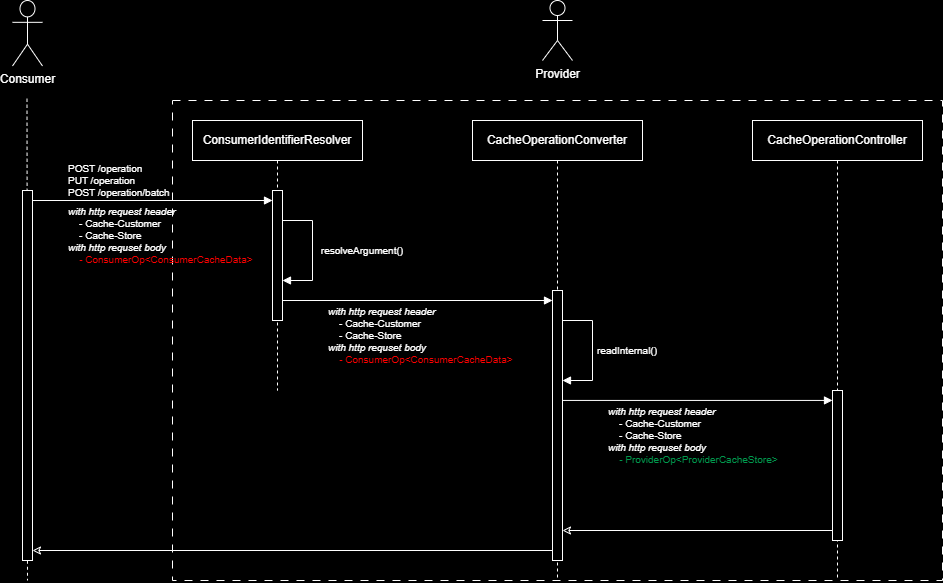
Before: assets/saving.png, a diagram exported from draw.io (RicciLiao/ricci-cache-provider). Source tidied: cells renumbered, new cells last; positions are measured from the earlier drawing's top-left corner, leaving out a move shared by most shapes.
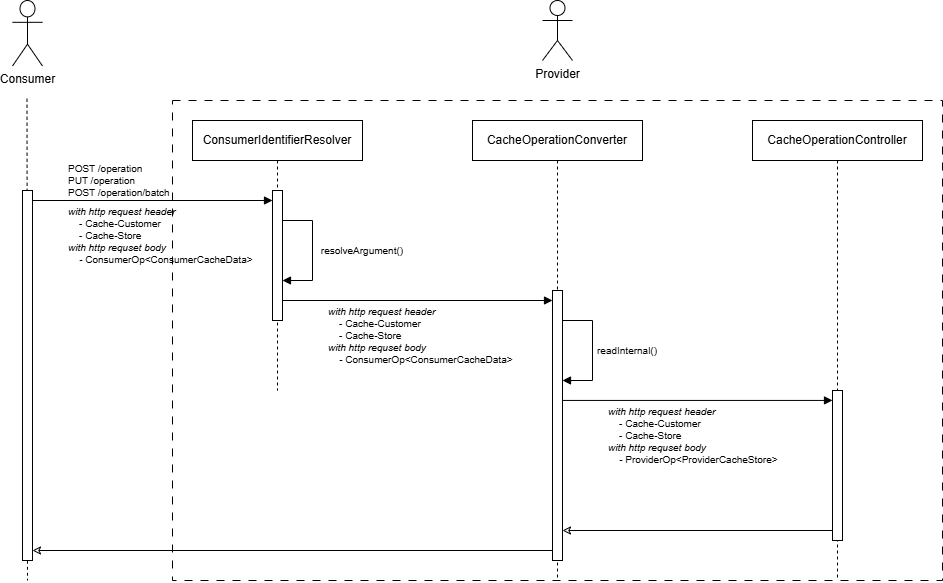
The same diagram one commit later.

The edit, as a diff of the source:
```diff
@@ -1,37 +1,37 @@
-<mxGraphModel background="light-dark(#000000, #121212)">
+<mxGraphModel>
   <root>
     <mxCell id="0" />
     <mxCell id="1" parent="0" />
-    <mxCell id="2" style="whiteSpace=wrap;html=1;dashed=1;dashPattern=8 8;strokeColor=#FFFFFF;fontColor=light-dark(#ffffff, #ededed);fillColor=none;" parent="1" vertex="1">
+    <mxCell id="2" style="whiteSpace=wrap;html=1;dashed=1;dashPattern=8 8;fillColor=none;" parent="1" vertex="1">
       <mxGeometry x="160" y="100" width="770" height="480" as="geometry" />
     </mxCell>
-    <mxCell id="3" style="edgeStyle=none;orthogonalLoop=1;jettySize=auto;html=1;rounded=0;dashed=1;endArrow=none;startFill=0;curved=0;jumpSize=1;endSize=0;startSize=0;targetPerimeterSpacing=0;strokeWidth=1;strokeColor=#FFFFFF;fontColor=light-dark(#ffffff, #ededed);" parent="1" edge="1">
+    <mxCell id="3" style="edgeStyle=none;orthogonalLoop=1;jettySize=auto;html=1;rounded=0;dashed=1;endArrow=none;startFill=0;curved=0;jumpSize=1;endSize=0;startSize=0;targetPerimeterSpacing=0;strokeWidth=1;fontColor=light-dark(#000000,#EDEDED);" parent="1" edge="1">
       <mxGeometry relative="1" as="geometry">
         <mxPoint x="14.5" y="98.2" as="sourcePoint" />
         <mxPoint x="15" y="580" as="targetPoint" />
       </mxGeometry>
     </mxCell>
-    <mxCell id="4" value="Provider" style="shape=umlActor;verticalLabelPosition=bottom;verticalAlign=top;html=1;strokeColor=#FFFFFF;fontColor=light-dark(#ffffff, #ededed);fillColor=none;" parent="1" vertex="1">
+    <mxCell id="4" value="Provider" style="shape=umlActor;verticalLabelPosition=bottom;verticalAlign=top;html=1;fillColor=none;" parent="1" vertex="1">
       <mxGeometry x="530" width="30" height="60" as="geometry" />
     </mxCell>
-    <mxCell id="5" value="ConsumerIdentifierResolver" style="shape=umlLifeline;perimeter=lifelinePerimeter;whiteSpace=wrap;html=1;newEdgeStyle={&quot;curved&quot;:0,&quot;rounded&quot;:0};strokeColor=#FFFFFF;fontColor=light-dark(#ffffff, #ededed);fillColor=none;" parent="1" vertex="1">
+    <mxCell id="5" value="ConsumerIdentifierResolver" style="shape=umlLifeline;perimeter=lifelinePerimeter;whiteSpace=wrap;html=1;newEdgeStyle={&quot;curved&quot;:0,&quot;rounded&quot;:0};fillColor=none;" parent="1" vertex="1">
       <mxGeometry x="180" y="120" width="170" height="270" as="geometry" />
     </mxCell>
-    <mxCell id="6" style="html=1;points=[[0,0,0,0,5],[0,1,0,0,-5],[1,0,0,0,5],[1,1,0,0,-5]];perimeter=orthogonalPerimeter;outlineConnect=0;targetShapes=umlLifeline;portConstraint=eastwest;newEdgeStyle={&quot;curved&quot;:0,&quot;rounded&quot;:0};strokeColor=#FFFFFF;fontColor=light-dark(#ffffff, #ededed);fillColor=#000000;" parent="5" vertex="1">
+    <mxCell id="6" style="html=1;points=[[0,0,0,0,5],[0,1,0,0,-5],[1,0,0,0,5],[1,1,0,0,-5]];perimeter=orthogonalPerimeter;outlineConnect=0;targetShapes=umlLifeline;portConstraint=eastwest;newEdgeStyle={&quot;curved&quot;:0,&quot;rounded&quot;:0};" parent="5" vertex="1">
       <mxGeometry x="80" y="70" width="10" height="130" as="geometry" />
     </mxCell>
-    <mxCell id="7" style="html=1;perimeter=orthogonalPerimeter;targetShapes=umlLifeline;newEdgeStyle={&quot;curved&quot;:0,&quot;rounded&quot;:0};strokeColor=#FFFFFF;fontColor=light-dark(#ffffff, #ededed);fillColor=#000000;" parent="1" vertex="1">
+    <mxCell id="7" style="html=1;perimeter=orthogonalPerimeter;targetShapes=umlLifeline;newEdgeStyle={&quot;curved&quot;:0,&quot;rounded&quot;:0};" parent="1" vertex="1">
       <mxGeometry x="10" y="190" width="10" height="370" as="geometry" />
     </mxCell>
-    <mxCell id="8" value="&lt;div style=&quot;&quot;&gt;&lt;br&gt;&lt;/div&gt;" style="html=1;verticalAlign=bottom;endArrow=block;curved=0;rounded=0;fontSize=10;labelBackgroundColor=none;strokeColor=#FFFFFF;fontColor=light-dark(#ffffff, #ededed);align=center;" parent="1" edge="1" target="6">
+    <mxCell id="8" value="&lt;div style=&quot;&quot;&gt;&lt;br&gt;&lt;/div&gt;" style="html=1;verticalAlign=bottom;endArrow=block;curved=0;rounded=0;fontSize=10;labelBackgroundColor=none;fontColor=light-dark(#000000,#EDEDED);align=center;" parent="1" edge="1" target="6">
       <mxGeometry relative="1" as="geometry">
         <mxPoint x="20" y="200" as="sourcePoint" />
       </mxGeometry>
     </mxCell>
-    <mxCell id="9" value="&lt;font style=&quot;&quot;&gt;&lt;i&gt;with http request header&lt;/i&gt;&lt;/font&gt;&lt;div&gt;&amp;nbsp; &amp;nbsp; -&amp;nbsp;Cache-Customer&lt;/div&gt;&lt;div&gt;&amp;nbsp; &amp;nbsp; -&amp;nbsp;Cache-Store&lt;/div&gt;&lt;div&gt;&lt;i&gt;with http requset body&lt;/i&gt;&lt;/div&gt;&lt;div&gt;&amp;nbsp; &amp;nbsp; &lt;font style=&quot;color: rgb(255, 0, 0);&quot;&gt;-&amp;nbsp;ConsumerOp&amp;lt;ConsumerCacheData&amp;gt;&lt;/font&gt;&lt;/div&gt;" style="text;align=left;verticalAlign=middle;spacingLeft=4;spacingRight=4;overflow=hidden;whiteSpace=wrap;html=1;fontSize=10;strokeColor=none;fontColor=light-dark(#ffffff, #ededed);" parent="1" vertex="1">
+    <mxCell id="9" value="&lt;font style=&quot;&quot;&gt;&lt;i&gt;with http request header&lt;/i&gt;&lt;/font&gt;&lt;div&gt;&amp;nbsp; &amp;nbsp; -&amp;nbsp;Cache-Customer&lt;/div&gt;&lt;div&gt;&amp;nbsp; &amp;nbsp; -&amp;nbsp;Cache-Store&lt;/div&gt;&lt;div&gt;&lt;i&gt;with http requset body&lt;/i&gt;&lt;/div&gt;&lt;div&gt;&amp;nbsp; &amp;nbsp; &lt;font style=&quot;&quot;&gt;-&amp;nbsp;ConsumerOp&amp;lt;ConsumerCacheData&amp;gt;&lt;/font&gt;&lt;/div&gt;" style="text;align=left;verticalAlign=middle;spacingLeft=4;spacingRight=4;overflow=hidden;whiteSpace=wrap;html=1;fontSize=10;" parent="1" vertex="1">
       <mxGeometry x="50" y="200" width="200" height="70" as="geometry" />
     </mxCell>
-    <mxCell id="10" style="html=1;align=left;spacingLeft=2;endArrow=block;rounded=0;edgeStyle=orthogonalEdgeStyle;curved=0;rounded=0;strokeColor=#FFFFFF;fontColor=light-dark(#ffffff, #ededed);" parent="1" edge="1" target="6">
+    <mxCell id="10" style="html=1;align=left;spacingLeft=2;endArrow=block;rounded=0;edgeStyle=orthogonalEdgeStyle;curved=0;rounded=0;fontColor=light-dark(#000000,#EDEDED);" parent="1" edge="1" target="6">
       <mxGeometry relative="1" as="geometry">
         <mxPoint x="270" y="220" as="sourcePoint" />
         <Array as="points">
@@ -40,22 +40,22 @@
         </Array>
       </mxGeometry>
     </mxCell>
-    <mxCell id="11" value="CacheOperationConverter" style="shape=umlLifeline;perimeter=lifelinePerimeter;whiteSpace=wrap;html=1;newEdgeStyle={&quot;curved&quot;:0,&quot;rounded&quot;:0};strokeColor=#FFFFFF;fontColor=light-dark(#ffffff, #ededed);fillColor=none;" parent="1" vertex="1">
+    <mxCell id="11" value="CacheOperationConverter" style="shape=umlLifeline;perimeter=lifelinePerimeter;whiteSpace=wrap;html=1;newEdgeStyle={&quot;curved&quot;:0,&quot;rounded&quot;:0};fillColor=none;" parent="1" vertex="1">
       <mxGeometry x="460" y="120" width="170" height="460" as="geometry" />
     </mxCell>
-    <mxCell id="12" style="html=1;perimeter=orthogonalPerimeter;targetShapes=umlLifeline;newEdgeStyle={&quot;curved&quot;:0,&quot;rounded&quot;:0};strokeColor=#FFFFFF;fontColor=light-dark(#ffffff, #ededed);fillColor=#000000;" parent="11" vertex="1">
+    <mxCell id="12" style="html=1;perimeter=orthogonalPerimeter;targetShapes=umlLifeline;newEdgeStyle={&quot;curved&quot;:0,&quot;rounded&quot;:0};fillColor=light-dark(#ffffff, #ededed);" parent="11" vertex="1">
       <mxGeometry x="80" y="170" width="10" height="270" as="geometry" />
     </mxCell>
-    <mxCell id="13" style="html=1;verticalAlign=bottom;endArrow=block;curved=0;rounded=0;strokeColor=#FFFFFF;fontColor=light-dark(#ffffff, #ededed);" parent="1" edge="1">
+    <mxCell id="13" style="html=1;verticalAlign=bottom;endArrow=block;curved=0;rounded=0;fontColor=light-dark(#000000,#EDEDED);" parent="1" edge="1">
       <mxGeometry relative="1" as="geometry">
         <mxPoint x="270" y="300" as="sourcePoint" />
         <mxPoint x="540" y="300" as="targetPoint" />
       </mxGeometry>
     </mxCell>
-    <mxCell id="14" value="resolveArgument()" style="text;align=center;verticalAlign=middle;spacingLeft=4;spacingRight=4;overflow=hidden;whiteSpace=wrap;html=1;fontSize=10;strokeColor=none;fontColor=light-dark(#ffffff, #ededed);" parent="1" vertex="1">
+    <mxCell id="14" value="resolveArgument()" style="text;align=center;verticalAlign=middle;spacingLeft=4;spacingRight=4;overflow=hidden;whiteSpace=wrap;html=1;fontSize=10;" parent="1" vertex="1">
       <mxGeometry x="300" y="220" width="100" height="60" as="geometry" />
     </mxCell>
-    <mxCell id="15" style="html=1;align=left;spacingLeft=2;endArrow=block;rounded=0;edgeStyle=orthogonalEdgeStyle;curved=0;rounded=0;strokeColor=#FFFFFF;fontColor=light-dark(#ffffff, #ededed);" parent="1" edge="1">
+    <mxCell id="15" style="html=1;align=left;spacingLeft=2;endArrow=block;rounded=0;edgeStyle=orthogonalEdgeStyle;curved=0;rounded=0;fontColor=light-dark(#000000,#EDEDED);" parent="1" edge="1">
       <mxGeometry relative="1" as="geometry">
         <mxPoint x="550" y="320" as="sourcePoint" />
         <mxPoint x="550" y="380" as="targetPoint" />
@@ -65,43 +65,43 @@
         </Array>
       </mxGeometry>
     </mxCell>
-    <mxCell id="16" value="readInternal()" style="text;align=center;verticalAlign=middle;spacingLeft=4;spacingRight=4;overflow=hidden;whiteSpace=wrap;html=1;fontSize=10;strokeColor=none;fontColor=light-dark(#ffffff, #ededed);" parent="1" vertex="1">
+    <mxCell id="16" value="readInternal()" style="text;align=center;verticalAlign=middle;spacingLeft=4;spacingRight=4;overflow=hidden;whiteSpace=wrap;html=1;fontSize=10;" parent="1" vertex="1">
       <mxGeometry x="580" y="320" width="70" height="60" as="geometry" />
     </mxCell>
-    <mxCell id="17" value="&lt;font style=&quot;&quot;&gt;&lt;i&gt;with http request header&lt;/i&gt;&lt;/font&gt;&lt;div&gt;&amp;nbsp; &amp;nbsp; -&amp;nbsp;Cache-Customer&lt;/div&gt;&lt;div&gt;&amp;nbsp; &amp;nbsp; -&amp;nbsp;Cache-Store&lt;/div&gt;&lt;div&gt;&lt;i&gt;with http requset body&lt;/i&gt;&lt;/div&gt;&lt;div&gt;&amp;nbsp; &amp;nbsp; &lt;font style=&quot;color: rgb(255, 0, 0);&quot;&gt;-&amp;nbsp;ConsumerOp&amp;lt;ConsumerCacheData&amp;gt;&lt;/font&gt;&lt;/div&gt;" style="text;align=left;verticalAlign=middle;spacingLeft=4;spacingRight=4;overflow=hidden;whiteSpace=wrap;html=1;fontSize=10;strokeColor=none;fontColor=light-dark(#ffffff, #ededed);" parent="1" vertex="1">
+    <mxCell id="17" value="&lt;font style=&quot;&quot;&gt;&lt;i&gt;with http request header&lt;/i&gt;&lt;/font&gt;&lt;div&gt;&amp;nbsp; &amp;nbsp; -&amp;nbsp;Cache-Customer&lt;/div&gt;&lt;div&gt;&amp;nbsp; &amp;nbsp; -&amp;nbsp;Cache-Store&lt;/div&gt;&lt;div&gt;&lt;i&gt;with http requset body&lt;/i&gt;&lt;/div&gt;&lt;div&gt;&amp;nbsp; &amp;nbsp; &lt;font style=&quot;&quot;&gt;-&amp;nbsp;ConsumerOp&amp;lt;ConsumerCacheData&amp;gt;&lt;/font&gt;&lt;/div&gt;" style="text;align=left;verticalAlign=middle;spacingLeft=4;spacingRight=4;overflow=hidden;whiteSpace=wrap;html=1;fontSize=10;" parent="1" vertex="1">
       <mxGeometry x="310" y="300" width="200" height="70" as="geometry" />
     </mxCell>
-    <mxCell id="18" value="CacheOperationController" style="shape=umlLifeline;perimeter=lifelinePerimeter;whiteSpace=wrap;html=1;newEdgeStyle={&quot;curved&quot;:0,&quot;rounded&quot;:0};strokeColor=#FFFFFF;fontColor=light-dark(#ffffff, #ededed);fillColor=none;" parent="1" vertex="1">
+    <mxCell id="18" value="CacheOperationController" style="shape=umlLifeline;perimeter=lifelinePerimeter;whiteSpace=wrap;html=1;newEdgeStyle={&quot;curved&quot;:0,&quot;rounded&quot;:0};fillColor=none;" parent="1" vertex="1">
       <mxGeometry x="740" y="120" width="170" height="460" as="geometry" />
     </mxCell>
-    <mxCell id="19" style="html=1;perimeter=orthogonalPerimeter;targetShapes=umlLifeline;newEdgeStyle={&quot;curved&quot;:0,&quot;rounded&quot;:0};strokeColor=#FFFFFF;fontColor=light-dark(#ffffff, #ededed);fillColor=#000000;" parent="18" vertex="1">
+    <mxCell id="19" style="html=1;perimeter=orthogonalPerimeter;targetShapes=umlLifeline;newEdgeStyle={&quot;curved&quot;:0,&quot;rounded&quot;:0};" parent="18" vertex="1">
       <mxGeometry x="80" y="270" width="10" height="150" as="geometry" />
     </mxCell>
-    <mxCell id="20" style="html=1;verticalAlign=bottom;endArrow=block;curved=0;rounded=0;strokeColor=#FFFFFF;fontColor=light-dark(#ffffff, #ededed);" parent="1" edge="1">
+    <mxCell id="20" style="html=1;verticalAlign=bottom;endArrow=block;curved=0;rounded=0;fontColor=light-dark(#000000,#EDEDED);" parent="1" edge="1">
       <mxGeometry relative="1" as="geometry">
         <mxPoint x="550" y="399.9" as="sourcePoint" />
         <mxPoint x="820" y="399.9" as="targetPoint" />
       </mxGeometry>
     </mxCell>
-    <mxCell id="21" value="&lt;font style=&quot;&quot;&gt;&lt;i&gt;with http request header&lt;/i&gt;&lt;/font&gt;&lt;div&gt;&amp;nbsp; &amp;nbsp; -&amp;nbsp;Cache-Customer&lt;/div&gt;&lt;div&gt;&amp;nbsp; &amp;nbsp; -&amp;nbsp;Cache-Store&lt;/div&gt;&lt;div&gt;&lt;i&gt;with http requset body&lt;/i&gt;&lt;/div&gt;&lt;div&gt;&amp;nbsp; &amp;nbsp; &lt;font style=&quot;color: rgb(0, 153, 77);&quot;&gt;-&amp;nbsp;ProviderOp&amp;lt;ProviderCacheStore&amp;gt;&lt;/font&gt;&lt;/div&gt;" style="text;align=left;verticalAlign=middle;spacingLeft=4;spacingRight=4;overflow=hidden;whiteSpace=wrap;html=1;fontSize=10;strokeColor=none;fontColor=light-dark(#ffffff, #ededed);" parent="1" vertex="1">
+    <mxCell id="21" value="&lt;font style=&quot;&quot;&gt;&lt;i&gt;with http request header&lt;/i&gt;&lt;/font&gt;&lt;div&gt;&amp;nbsp; &amp;nbsp; -&amp;nbsp;Cache-Customer&lt;/div&gt;&lt;div&gt;&amp;nbsp; &amp;nbsp; -&amp;nbsp;Cache-Store&lt;/div&gt;&lt;div&gt;&lt;i&gt;with http requset body&lt;/i&gt;&lt;/div&gt;&lt;div&gt;&amp;nbsp; &amp;nbsp; &lt;font style=&quot;&quot;&gt;-&amp;nbsp;ProviderOp&amp;lt;ProviderCacheStore&amp;gt;&lt;/font&gt;&lt;/div&gt;" style="text;align=left;verticalAlign=middle;spacingLeft=4;spacingRight=4;overflow=hidden;whiteSpace=wrap;html=1;fontSize=10;" parent="1" vertex="1">
       <mxGeometry x="590" y="400" width="200" height="70" as="geometry" />
     </mxCell>
-    <mxCell id="22" style="html=1;verticalAlign=bottom;endArrow=none;curved=0;rounded=0;startArrow=classic;startFill=0;strokeColor=#FFFFFF;fontColor=light-dark(#ffffff, #ededed);" parent="1" edge="1">
+    <mxCell id="22" style="html=1;verticalAlign=bottom;endArrow=none;curved=0;rounded=0;startArrow=classic;startFill=0;fontColor=light-dark(#000000,#EDEDED);" parent="1" edge="1">
       <mxGeometry relative="1" as="geometry">
         <mxPoint x="550" y="530" as="sourcePoint" />
         <mxPoint x="820" y="530" as="targetPoint" />
       </mxGeometry>
     </mxCell>
-    <mxCell id="23" style="html=1;verticalAlign=bottom;endArrow=none;curved=0;rounded=0;startArrow=classic;startFill=0;strokeColor=#FFFFFF;fontColor=light-dark(#ffffff, #ededed);" parent="1" edge="1">
+    <mxCell id="23" style="html=1;verticalAlign=bottom;endArrow=none;curved=0;rounded=0;startArrow=classic;startFill=0;fontColor=light-dark(#000000,#EDEDED);" parent="1" edge="1">
       <mxGeometry relative="1" as="geometry">
         <mxPoint x="20" y="550" as="sourcePoint" />
         <mxPoint x="540" y="550" as="targetPoint" />
       </mxGeometry>
     </mxCell>
-    <mxCell id="24" value="Consumer" style="shape=umlActor;verticalLabelPosition=bottom;verticalAlign=top;html=1;strokeColor=#FFFFFF;fontColor=light-dark(#ffffff, #ededed);fillColor=none;" parent="1" vertex="1">
+    <mxCell id="24" value="Consumer" style="shape=umlActor;verticalLabelPosition=bottom;verticalAlign=top;html=1;fillColor=none;" parent="1" vertex="1">
       <mxGeometry width="30" height="65.5" as="geometry" />
     </mxCell>
-    <mxCell id="25" value="&lt;div style=&quot;&quot;&gt;&lt;span style=&quot;text-wrap-mode: nowrap;&quot;&gt;POST /operation&amp;nbsp;&lt;/span&gt;&lt;/div&gt;&lt;div style=&quot;&quot;&gt;&lt;span style=&quot;text-wrap-mode: nowrap;&quot;&gt;PUT /operation&amp;nbsp;&lt;/span&gt;&lt;/div&gt;&lt;div style=&quot;&quot;&gt;&lt;span style=&quot;text-wrap-mode: nowrap;&quot;&gt;POST /operation/batch&lt;/span&gt;&lt;/div&gt;" style="text;align=left;verticalAlign=middle;spacingLeft=4;spacingRight=4;overflow=hidden;whiteSpace=wrap;html=1;fontSize=10;strokeColor=none;fontColor=light-dark(#ffffff, #ededed);" parent="1" vertex="1">
+    <mxCell id="25" value="&lt;div style=&quot;&quot;&gt;&lt;span style=&quot;text-wrap-mode: nowrap;&quot;&gt;POST /operation&amp;nbsp;&lt;/span&gt;&lt;/div&gt;&lt;div style=&quot;&quot;&gt;&lt;span style=&quot;text-wrap-mode: nowrap;&quot;&gt;PUT /operation&amp;nbsp;&lt;/span&gt;&lt;/div&gt;&lt;div style=&quot;&quot;&gt;&lt;span style=&quot;text-wrap-mode: nowrap;&quot;&gt;POST /operation/batch&lt;/span&gt;&lt;/div&gt;" style="text;align=left;verticalAlign=middle;spacingLeft=4;spacingRight=4;overflow=hidden;whiteSpace=wrap;html=1;fontSize=10;" parent="1" vertex="1">
       <mxGeometry x="50" y="160" width="120" height="40" as="geometry" />
     </mxCell>
   </root>
```
